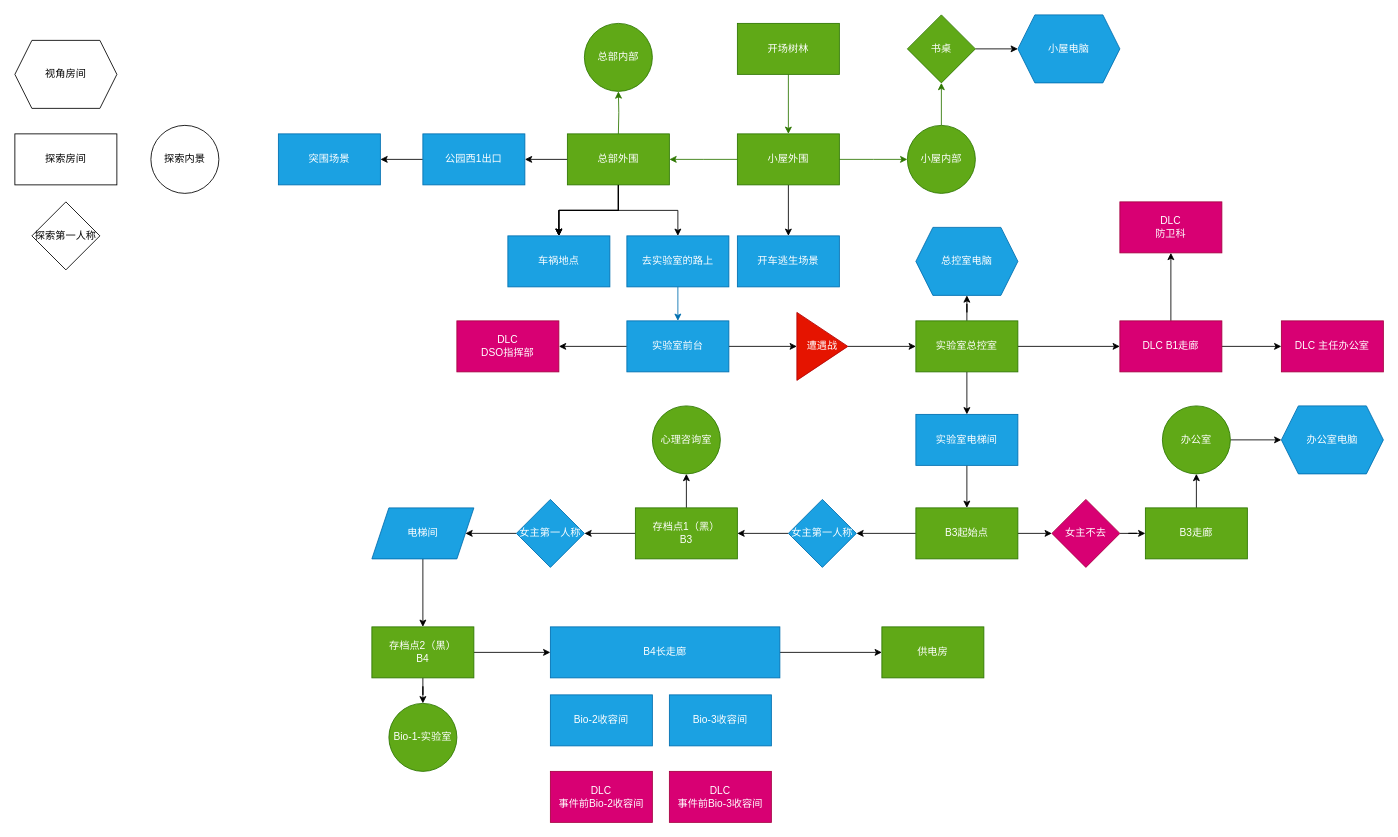
Earlier version of the draw.io diagram DUC2_map.drawio (Bayice/CUHKSZ-CSC4005). Source tidied: cells renumbered, new cells numbered last; positions are measured from the earlier drawing's top-left corner, leaving out a move shared by most shapes. Both pictures are drawn from the tidied source at 85%, with x=0, y=0 at pixel (14, 14).
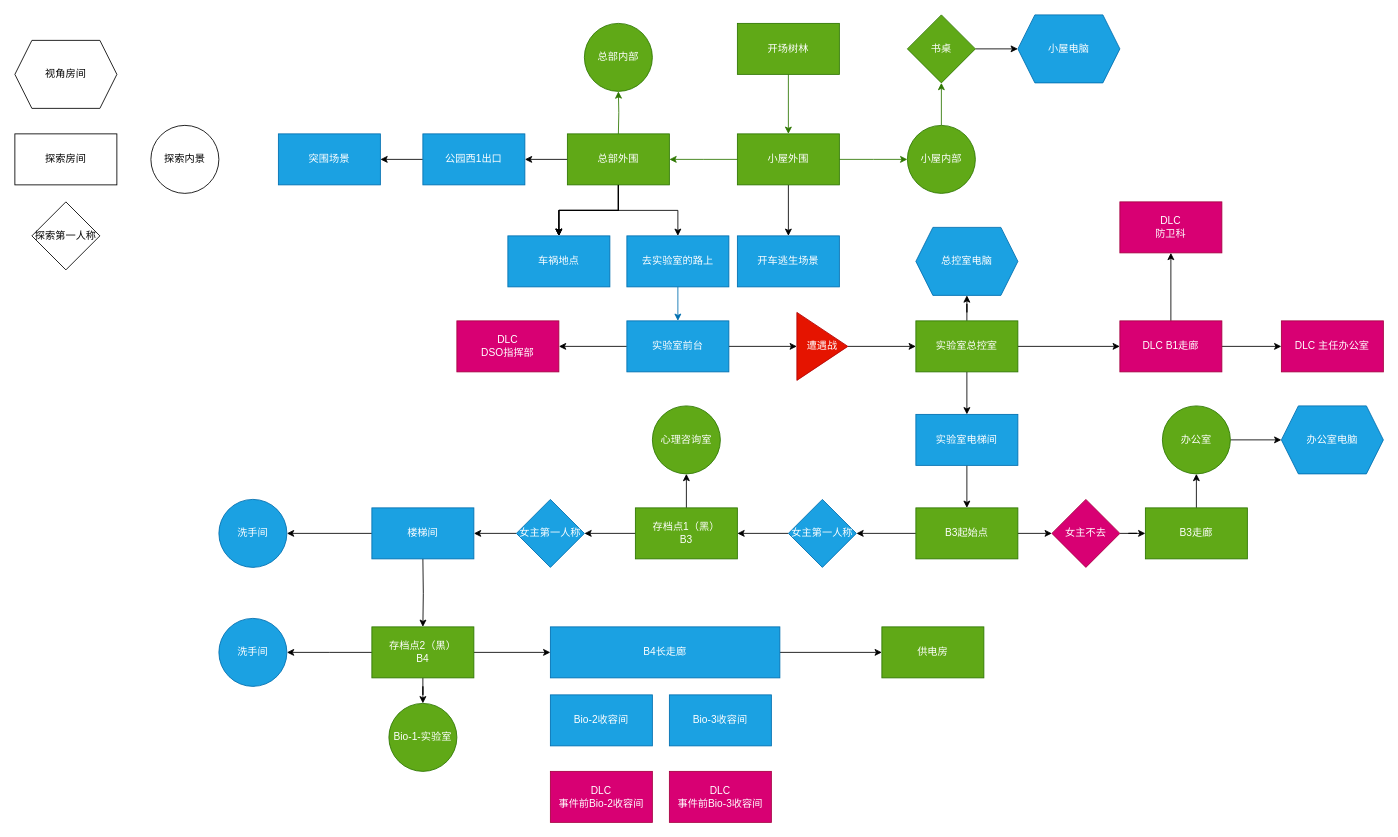
After the change.

The change refers to these unchanged cells:
```xml
<mxCell id="55" value="女主第一人称" style="rhombus;whiteSpace=wrap;html=1;fillColor=#1ba1e2;strokeColor=#006EAF;fontColor=#ffffff;rounded=0;" parent="1" vertex="1">
  <mxGeometry x="590" y="570" width="80" height="80" as="geometry" />
</mxCell>
<mxCell id="58" value="存档点2（黑）&lt;div&gt;B4&lt;/div&gt;" style="whiteSpace=wrap;html=1;fillColor=#60a917;strokeColor=#2D7600;fontColor=#ffffff;rounded=0;" parent="1" vertex="1">
  <mxGeometry x="420" y="720" width="120" height="60" as="geometry" />
</mxCell>
```

Diff of the diagram source:
```diff
@@
-    <mxCell id="26" style="edgeStyle=orthogonalEdgeStyle;rounded=0;jettySize=auto;html=1;" parent="1" edge="1" source="27" target="58">
-      <mxGeometry relative="1" as="geometry" />
+    <mxCell id="26" style="edgeStyle=orthogonalEdgeStyle;rounded=0;jettySize=auto;html=1;" parent="1" edge="1" target="58">
+      <mxGeometry relative="1" as="geometry">
+        <mxPoint x="480" y="640" as="sourcePoint" />
+      </mxGeometry>
     </mxCell>
-    <mxCell id="27" value="电梯间" style="shape=parallelogram;perimeter=parallelogramPerimeter;whiteSpace=wrap;html=1;fixedSize=1;fillColor=#1ba1e2;fontColor=#ffffff;strokeColor=#006EAF;" parent="1" vertex="1">
-      <mxGeometry x="420" y="580" width="120" height="60" as="geometry" />
-    </mxCell>
@@
-    <mxCell id="54" style="edgeStyle=orthogonalEdgeStyle;rounded=0;jettySize=auto;html=1;" parent="1" edge="1" source="55" target="27">
-      <mxGeometry relative="1" as="geometry" />
-    </mxCell>
+    <mxCell id="82" style="edgeStyle=orthogonalEdgeStyle;rounded=0;jettySize=auto;html=1;" parent="1" edge="1" source="55" target="86">
+      <mxGeometry relative="1" as="geometry" />
+    </mxCell>
@@
+    <mxCell id="83" style="edgeStyle=orthogonalEdgeStyle;rounded=0;jettySize=auto;html=1;" parent="1" edge="1" source="58">
+      <mxGeometry relative="1" as="geometry">
+        <mxPoint x="320" y="750" as="targetPoint" />
+      </mxGeometry>
+    </mxCell>
@@
+    <mxCell id="84" value="洗手间" style="ellipse;whiteSpace=wrap;html=1;fillColor=#1ba1e2;strokeColor=#006EAF;fontColor=#ffffff;rounded=0;" parent="1" vertex="1">
+      <mxGeometry x="240" y="710" width="80" height="80" as="geometry" />
+    </mxCell>
+    <mxCell id="85" style="edgeStyle=orthogonalEdgeStyle;rounded=0;jettySize=auto;html=1;" parent="1" edge="1" source="86" target="87">
+      <mxGeometry relative="1" as="geometry" />
+    </mxCell>
+    <mxCell id="86" value="楼梯间" style="whiteSpace=wrap;html=1;fillColor=#1ba1e2;strokeColor=#006EAF;fontColor=#ffffff;rounded=0;" parent="1" vertex="1">
+      <mxGeometry x="420" y="580" width="120" height="60" as="geometry" />
+    </mxCell>
+    <mxCell id="87" value="洗手间" style="ellipse;whiteSpace=wrap;html=1;fillColor=#1ba1e2;strokeColor=#006EAF;fontColor=#ffffff;rounded=0;" parent="1" vertex="1">
+      <mxGeometry x="240" y="570" width="80" height="80" as="geometry" />
+    </mxCell>
```
